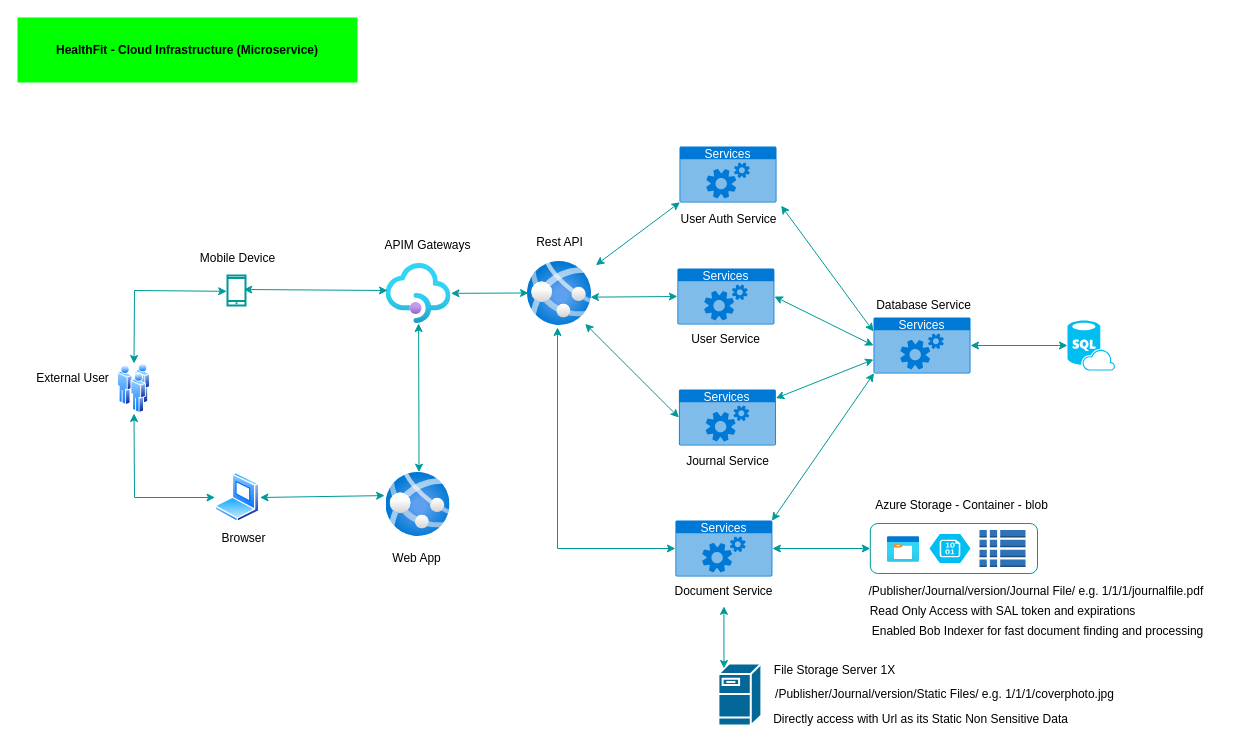
Before: Requirement Documents/HealthFit - Cloud Architecture Diagram.drawio in vishalbajad/HealthFit, a draw.io diagram. Source tidied: cells renumbered, new cells numbered last; positions are measured from the earlier drawing's top-left corner, leaving out a move shared by most shapes. Both pictures are drawn from the tidied source at 100%, with x=0, y=0 at pixel (17, 17).
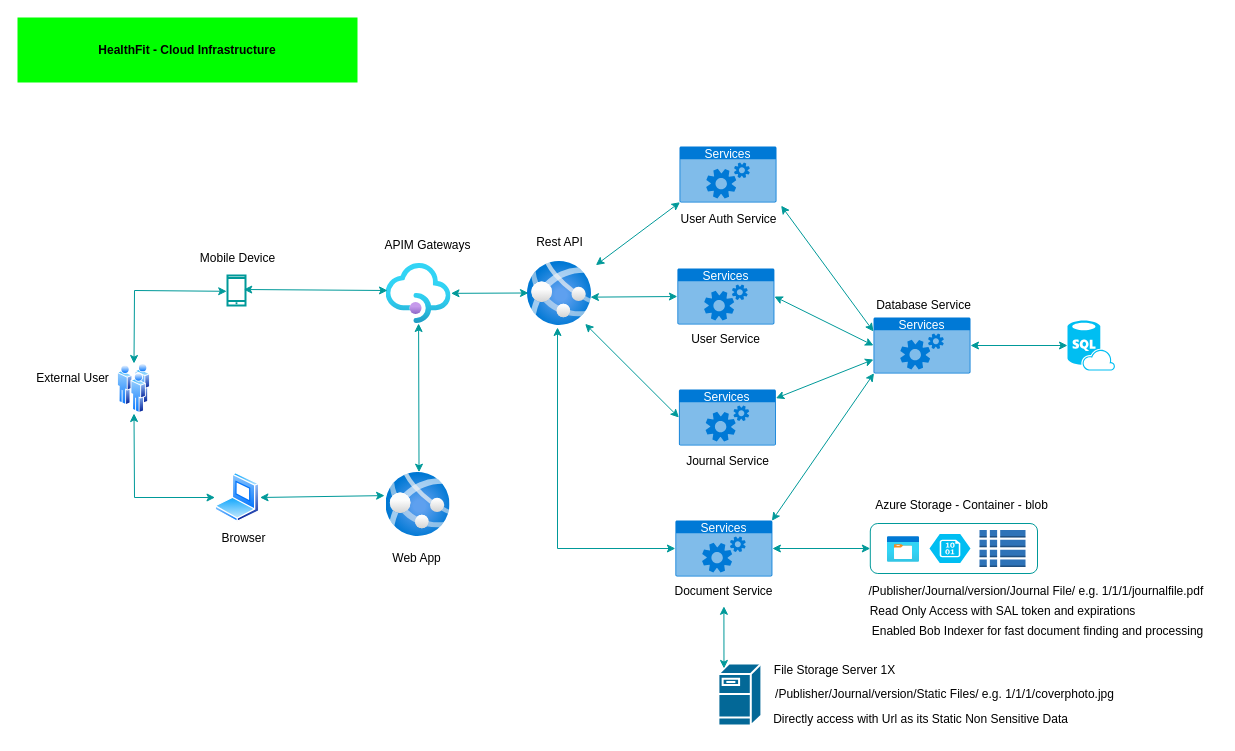
Above is the later version.

Change to the diagram source:
```diff
@@
-    <mxCell id="25" value="HealthFit - Cloud Infrastructure (Microservice)" style="text;html=1;strokeColor=none;fillColor=#00FF00;align=center;verticalAlign=middle;whiteSpace=wrap;rounded=0;fontStyle=1;" parent="1" vertex="1">
+    <mxCell id="25" value="HealthFit - Cloud Infrastructure" style="text;html=1;strokeColor=none;fillColor=#00FF00;align=center;verticalAlign=middle;whiteSpace=wrap;rounded=0;fontStyle=1;" parent="1" vertex="1">
       <mxGeometry width="340" height="65" as="geometry" />
     </mxCell>
```
